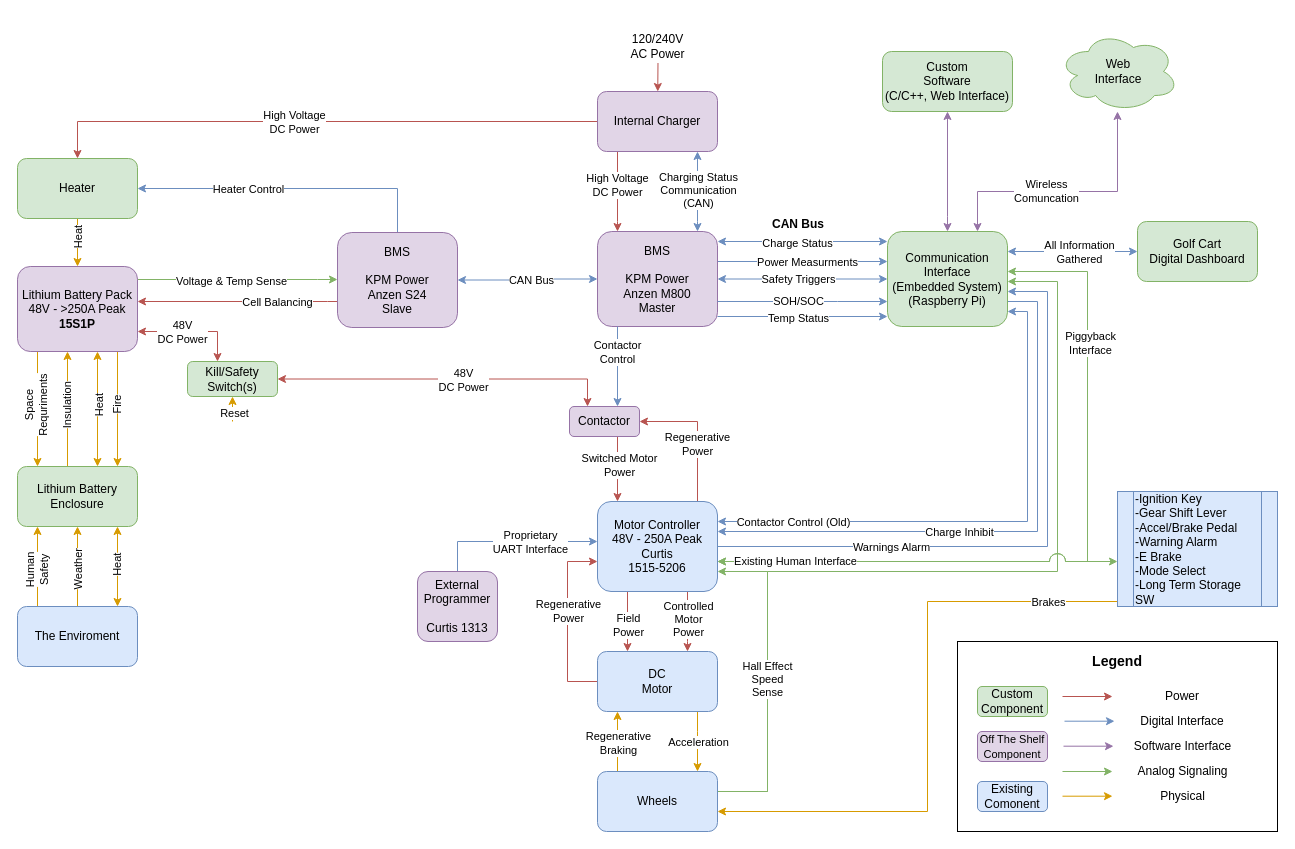
Earlier version of the draw.io diagram Diagrams/FSD v1.1.drawio (khallman97/ENG4000). Source tidied: cells renumbered, new cells numbered last; positions are measured from the earlier drawing's top-left corner, leaving out a move shared by most shapes. Both pictures are drawn from the tidied source at 100%, with x=0, y=0 at pixel (17, 31).
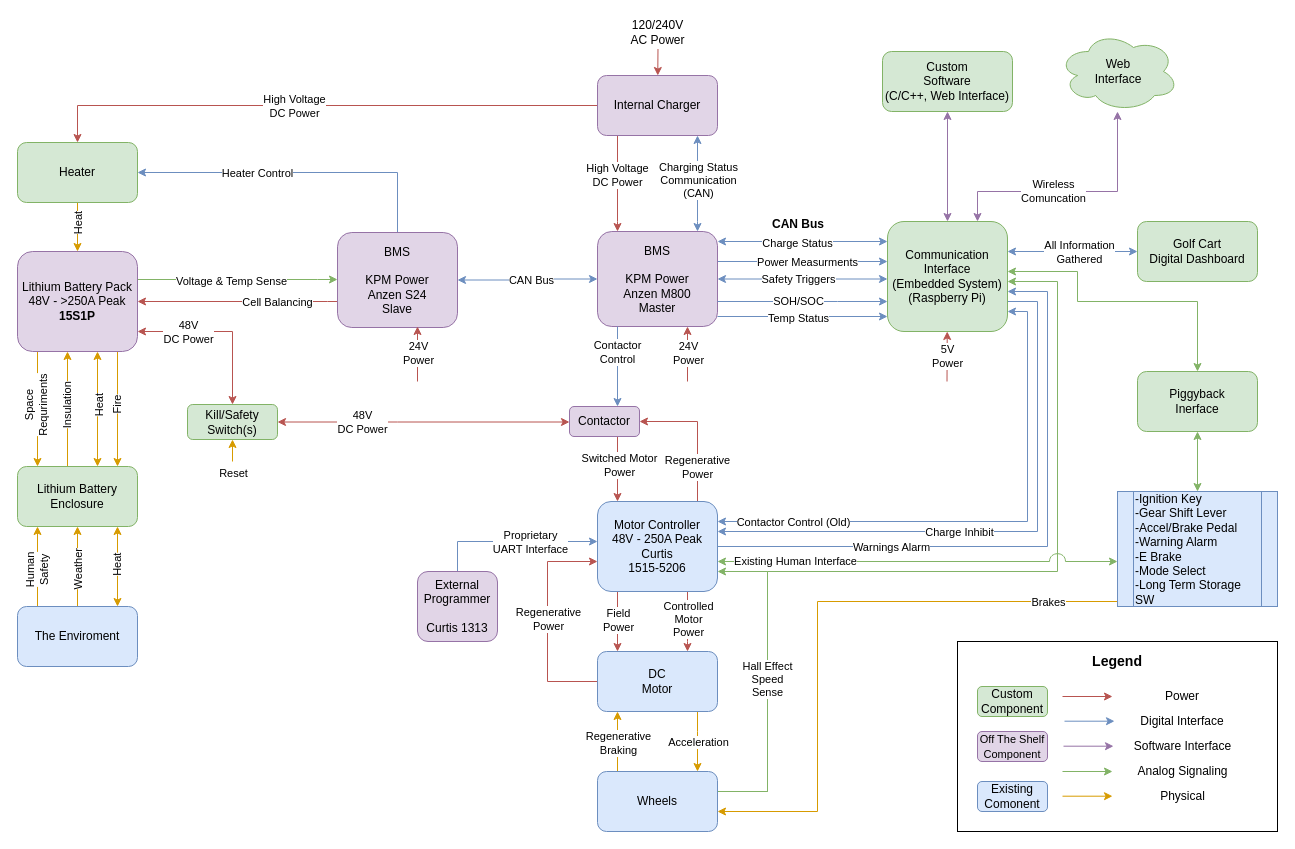
The same diagram, later.

Unchanged cells that the change refers to:
```xml
<mxCell id="26" value="&lt;div&gt;BMS&lt;/div&gt;&lt;div&gt;&lt;br&gt;&lt;/div&gt;&lt;div&gt;KPM Power&lt;br&gt;&lt;/div&gt;&lt;div&gt;Anzen M800&lt;/div&gt;&lt;div&gt;Master&lt;br&gt;&lt;/div&gt;" style="rounded=1;whiteSpace=wrap;html=1;fillColor=#e1d5e7;strokeColor=#9673a6;" parent="1" vertex="1">
  <mxGeometry x="580" y="200" width="120" height="95" as="geometry" />
</mxCell>
<mxCell id="53" style="edgeStyle=orthogonalEdgeStyle;rounded=0;sketch=0;jettySize=auto;html=1;startArrow=none;startFill=0;endArrow=classic;endFill=1;fillColor=#f8cecc;strokeColor=#b85450;entryX=1;entryY=0.5;entryDx=0;entryDy=0;" parent="1" edge="1" source="61" target="107">
  <mxGeometry relative="1" as="geometry">
    <Array as="points">
      <mxPoint x="680" y="390" />
    </Array>
  </mxGeometry>
</mxCell>
<mxCell id="61" value="&lt;div&gt;Motor Controller&lt;/div&gt;&lt;div&gt;48V - 250A Peak&lt;br&gt;&lt;/div&gt;&lt;div&gt;Curtis&lt;/div&gt;&lt;div&gt;1515-5206&lt;br&gt;&lt;/div&gt;" style="rounded=1;whiteSpace=wrap;html=1;fillColor=#dae8fc;strokeColor=#6c8ebf;" parent="1" vertex="1">
  <mxGeometry x="580" y="470" width="120" height="90" as="geometry" />
</mxCell>
<mxCell id="68" value="&lt;div&gt;DC&lt;br&gt;&lt;/div&gt;&lt;div&gt;Motor&lt;/div&gt;" style="rounded=1;whiteSpace=wrap;html=1;fillColor=#dae8fc;strokeColor=#6c8ebf;" parent="1" vertex="1">
  <mxGeometry x="580" y="620" width="120" height="60" as="geometry" />
</mxCell>
<mxCell id="78" style="edgeStyle=orthogonalEdgeStyle;rounded=0;jettySize=auto;html=1;fillColor=#ffe6cc;strokeColor=#d79b00;" parent="1" edge="1" source="80" target="15">
  <mxGeometry relative="1" as="geometry" />
</mxCell>
<mxCell id="101" value="&lt;div&gt;-Ignition Key&lt;br&gt;&lt;/div&gt;&lt;div&gt;-Gear Shift Lever&lt;/div&gt;&lt;div&gt;-Accel/Brake Pedal&lt;br&gt;&lt;/div&gt;&lt;div&gt;-Warning Alarm&lt;/div&gt;&lt;div&gt;-E Brake&lt;br&gt;&lt;/div&gt;&lt;div&gt;-Mode Select&lt;/div&gt;&lt;div&gt;-Long Term Storage SW&lt;br&gt;&lt;/div&gt;" style="shape=process;whiteSpace=wrap;html=1;backgroundOutline=1;align=left;fillColor=#dae8fc;strokeColor=#6c8ebf;gradientDirection=north;" parent="1" vertex="1">
  <mxGeometry x="1100" y="460" width="160" height="115" as="geometry" />
</mxCell>
<mxCell id="104" value="&lt;div align=&quot;center&quot;&gt;Wheels&lt;/div&gt;" style="rounded=1;whiteSpace=wrap;html=1;glass=0;sketch=0;strokeColor=#6c8ebf;align=center;fillColor=#dae8fc;" parent="1" vertex="1">
  <mxGeometry x="580" y="740" width="120" height="60" as="geometry" />
</mxCell>
<mxCell id="107" value="Contactor" style="rounded=1;whiteSpace=wrap;html=1;align=center;fillColor=#e1d5e7;strokeColor=#9673a6;" parent="1" vertex="1">
  <mxGeometry x="552" y="375" width="70" height="30" as="geometry" />
</mxCell>
<mxCell id="118" value="&lt;div&gt;BMS&lt;/div&gt;&lt;div&gt;&lt;br&gt;&lt;/div&gt;&lt;div&gt;KPM Power&lt;br&gt;&lt;/div&gt;&lt;div&gt;Anzen S24&lt;/div&gt;&lt;div&gt;Slave&lt;br&gt;&lt;/div&gt;" style="rounded=1;whiteSpace=wrap;html=1;fillColor=#e1d5e7;strokeColor=#9673a6;" parent="1" vertex="1">
  <mxGeometry x="320" y="201" width="120" height="95" as="geometry" />
</mxCell>
```

Diff of the diagram source:
```diff
@@
     <mxCell id="3" style="edgeStyle=orthogonalEdgeStyle;rounded=0;jettySize=auto;html=1;startArrow=classic;startFill=1;fillColor=#f8cecc;strokeColor=#b85450;" parent="1" edge="1" source="15" target="77">
       <mxGeometry relative="1" as="geometry">
         <Array as="points">
-          <mxPoint x="200" y="300" />
+          <mxPoint x="215" y="300" />
         </Array>
       </mxGeometry>
     </mxCell>
     <mxCell id="4" value="&lt;div&gt;48V&lt;/div&gt;&lt;div&gt;DC Power&lt;/div&gt;" style="edgeLabel;html=1;align=center;verticalAlign=middle;" parent="3" vertex="1">
       <mxGeometry x="-0.1" relative="1" as="geometry">
-        <mxPoint x="-5.6" as="offset" />
+        <mxPoint x="-26" as="offset" />
       </mxGeometry>
     </mxCell>
@@
     <mxCell id="15" value="&lt;div&gt;Lithium Battery Pack&lt;/div&gt;&lt;div&gt;48V - &amp;gt;250A Peak&lt;/div&gt;&lt;div&gt;&lt;b&gt;15S1P&lt;/b&gt;&lt;br&gt;&lt;/div&gt;" style="rounded=1;whiteSpace=wrap;html=1;fillColor=#e1d5e7;strokeColor=#9673a6;" parent="1" vertex="1">
-      <mxGeometry y="235" width="120" height="85" as="geometry" />
+      <mxGeometry y="220" width="120" height="100" as="geometry" />
     </mxCell>
@@
     <mxCell id="24" style="edgeStyle=orthogonalEdgeStyle;rounded=0;jumpStyle=arc;jettySize=auto;html=1;startArrow=none;startFill=0;endArrow=classic;endFill=1;fillColor=#dae8fc;strokeColor=#6c8ebf;" parent="1" edge="1" source="118" target="80">
       <mxGeometry relative="1" as="geometry">
         <Array as="points">
-          <mxPoint x="380" y="157" />
+          <mxPoint x="380" y="141" />
         </Array>
       </mxGeometry>
     </mxCell>
@@
     <mxCell id="34" style="edgeStyle=orthogonalEdgeStyle;rounded=0;jettySize=auto;html=1;entryX=0.5;entryY=0;entryDx=0;entryDy=0;fillColor=#f8cecc;strokeColor=#b85450;" parent="1" edge="1" source="36" target="80">
       <mxGeometry relative="1" as="geometry">
         <Array as="points">
-          <mxPoint x="60" y="90" />
+          <mxPoint x="60" y="74" />
         </Array>
       </mxGeometry>
     </mxCell>
@@
     <mxCell id="36" value="&lt;div&gt;Internal Charger&lt;/div&gt;" style="rounded=1;whiteSpace=wrap;html=1;fillColor=#e1d5e7;strokeColor=#9673a6;glass=0;sketch=0;" parent="1" vertex="1">
-      <mxGeometry x="580" y="60" width="120" height="60" as="geometry" />
+      <mxGeometry x="580" y="44" width="120" height="60" as="geometry" />
     </mxCell>
@@
-    <mxCell id="46" style="edgeStyle=orthogonalEdgeStyle;rounded=0;jumpStyle=arc;jettySize=auto;html=1;startArrow=classic;startFill=1;endArrow=classic;endFill=1;fillColor=#d5e8d4;strokeColor=#82b366;jumpSize=16;" parent="1" edge="1" source="50" target="61">
-      <mxGeometry relative="1" as="geometry">
-        <Array as="points">
-          <mxPoint x="1070" y="240" />
-          <mxPoint x="1070" y="530" />
-        </Array>
-      </mxGeometry>
-    </mxCell>
-    <mxCell id="47" value="&lt;div&gt;Piggyback&lt;/div&gt;&lt;div&gt;Interface&lt;br&gt;&lt;/div&gt;" style="edgeLabel;html=1;align=center;verticalAlign=middle;" parent="46" vertex="1">
-      <mxGeometry x="-0.14" y="1" relative="1" as="geometry">
-        <mxPoint x="1.7" y="-166.7" as="offset" />
-      </mxGeometry>
-    </mxCell>
@@
     <mxCell id="50" value="&lt;div&gt;Communication Interface&lt;/div&gt;&lt;div&gt;(Embedded System)&lt;/div&gt;&lt;div&gt;(Raspberry Pi) &lt;br&gt;&lt;/div&gt;" style="rounded=1;whiteSpace=wrap;html=1;fillColor=#d5e8d4;strokeColor=#82b366;" parent="1" vertex="1">
-      <mxGeometry x="870" y="200" width="120" height="95" as="geometry" />
+      <mxGeometry x="870" y="190" width="120" height="110" as="geometry" />
     </mxCell>
@@
     <mxCell id="54" value="&lt;div&gt;Regenerative&lt;/div&gt;&lt;div&gt;Power&lt;br&gt;&lt;/div&gt;" style="edgeLabel;html=1;align=center;verticalAlign=middle;" parent="53" vertex="1">
       <mxGeometry x="-0.08" y="3" relative="1" as="geometry">
-        <mxPoint x="2" y="5.3" as="offset" />
+        <mxPoint x="2" y="28.3" as="offset" />
       </mxGeometry>
     </mxCell>
     <mxCell id="55" style="edgeStyle=orthogonalEdgeStyle;rounded=0;jumpStyle=arc;jettySize=auto;html=1;startArrow=none;startFill=0;endArrow=classic;endFill=1;fillColor=#f8cecc;strokeColor=#b85450;" parent="1" edge="1" source="61" target="68">
       <mxGeometry relative="1" as="geometry">
         <Array as="points">
-          <mxPoint x="610" y="600" />
-          <mxPoint x="610" y="600" />
+          <mxPoint x="600" y="570" />
+          <mxPoint x="600" y="570" />
         </Array>
       </mxGeometry>
     </mxCell>
     <mxCell id="56" value="&lt;div&gt;Field&lt;/div&gt;&lt;div&gt;Power&lt;/div&gt;" style="edgeLabel;html=1;align=center;verticalAlign=middle;" parent="55" vertex="1">
       <mxGeometry x="-0.36" relative="1" as="geometry">
-        <mxPoint y="14.3" as="offset" />
+        <mxPoint y="9.3" as="offset" />
       </mxGeometry>
     </mxCell>
@@
     <mxCell id="66" style="edgeStyle=orthogonalEdgeStyle;rounded=0;sketch=0;jettySize=auto;html=1;startArrow=none;startFill=0;endArrow=classic;endFill=1;fillColor=#f8cecc;strokeColor=#b85450;" parent="1" edge="1" source="68" target="61">
       <mxGeometry relative="1" as="geometry">
         <Array as="points">
-          <mxPoint x="550" y="650" />
-          <mxPoint x="550" y="530" />
+          <mxPoint x="530" y="650" />
+          <mxPoint x="530" y="530" />
         </Array>
       </mxGeometry>
     </mxCell>
     <mxCell id="67" value="&lt;div&gt;Regenerative&lt;/div&gt;&lt;div&gt;Power&lt;br&gt;&lt;/div&gt;" style="edgeLabel;html=1;align=center;verticalAlign=middle;" parent="66" vertex="1">
       <mxGeometry x="0.31" relative="1" as="geometry">
-        <mxPoint y="17.6" as="offset" />
+        <mxPoint y="31.6" as="offset" />
       </mxGeometry>
     </mxCell>
@@
     <mxCell id="77" value="&lt;div&gt;Kill/Safety &lt;br&gt;&lt;/div&gt;&lt;div&gt;Switch(s)&lt;/div&gt;" style="rounded=1;whiteSpace=wrap;html=1;fillColor=#d5e8d4;align=center;strokeColor=#82b366;" parent="1" vertex="1">
-      <mxGeometry x="170" y="330" width="90" height="35" as="geometry" />
+      <mxGeometry x="170" y="373" width="90" height="35" as="geometry" />
     </mxCell>
@@
     <mxCell id="79" value="Heat" style="edgeLabel;html=1;align=center;verticalAlign=middle;rotation=270;" parent="78" vertex="1">
       <mxGeometry x="-0.24" relative="1" as="geometry">
-        <mxPoint y="2" as="offset" />
+        <mxPoint y="3" as="offset" />
       </mxGeometry>
     </mxCell>
     <mxCell id="80" value="&lt;div&gt;Heater&lt;br&gt;&lt;/div&gt;" style="rounded=1;whiteSpace=wrap;html=1;fillColor=#d5e8d4;strokeColor=#82b366;" parent="1" vertex="1">
-      <mxGeometry y="127" width="120" height="60" as="geometry" />
+      <mxGeometry y="111" width="120" height="60" as="geometry" />
     </mxCell>
@@
     <mxCell id="82" value="120/240V&lt;br&gt;&lt;div&gt;AC Power&lt;/div&gt;" style="text;html=1;align=center;verticalAlign=middle;points=[];" parent="1" vertex="1">
-      <mxGeometry x="605" width="70" height="30" as="geometry" />
+      <mxGeometry x="605" y="-14" width="70" height="30" as="geometry" />
     </mxCell>
@@
     <mxCell id="99" style="edgeStyle=orthogonalEdgeStyle;rounded=0;jettySize=auto;html=1;startArrow=none;startFill=0;fillColor=#ffe6cc;strokeColor=#d79b00;" parent="1" edge="1" source="101" target="104">
       <mxGeometry relative="1" as="geometry">
         <Array as="points">
-          <mxPoint x="910" y="570" />
-          <mxPoint x="910" y="780" />
+          <mxPoint x="800" y="570" />
+          <mxPoint x="800" y="780" />
         </Array>
       </mxGeometry>
     </mxCell>
@@
     <mxCell id="112" style="endArrow=classic;html=1;entryX=0.5;entryY=1;entryDx=0;entryDy=0;fillColor=#ffe6cc;strokeColor=#d79b00;" parent="1" edge="1" target="77">
       <mxGeometry relative="1" as="geometry">
-        <mxPoint x="215" y="390" as="sourcePoint" />
+        <mxPoint x="215" y="430" as="sourcePoint" />
       </mxGeometry>
     </mxCell>
     <mxCell id="113" value="Reset" style="edgeLabel;html=1;align=center;verticalAlign=middle;" parent="112" vertex="1">
-      <mxGeometry x="-0.29" y="-1" relative="1" as="geometry" />
+      <mxGeometry x="-0.29" y="-1" relative="1" as="geometry">
+        <mxPoint x="-1" y="19" as="offset" />
+      </mxGeometry>
     </mxCell>
@@
     <mxCell id="119" style="edgeStyle=orthogonalEdgeStyle;rounded=0;jettySize=auto;html=1;startArrow=classic;startFill=1;endArrow=classic;endFill=1;fillColor=#f8cecc;strokeColor=#b85450;" parent="1" edge="1" source="77" target="107">
       <mxGeometry relative="1" as="geometry">
         <Array as="points">
-          <mxPoint x="570" y="347" />
+          <mxPoint x="380" y="390" />
+          <mxPoint x="380" y="390" />
         </Array>
       </mxGeometry>
     </mxCell>
     <mxCell id="120" value="&lt;div&gt;48V&lt;/div&gt;&lt;div&gt;DC Power&lt;/div&gt;" style="edgeLabel;html=1;align=center;verticalAlign=middle;" parent="119" vertex="1">
       <mxGeometry x="0.03" y="-1" relative="1" as="geometry">
-        <mxPoint x="11.4" as="offset" />
+        <mxPoint x="-66" y="-1" as="offset" />
       </mxGeometry>
     </mxCell>
@@
+    <mxCell id="123" style="endArrow=classic;html=1;entryX=0.75;entryY=1;entryDx=0;entryDy=0;fillColor=#f8cecc;strokeColor=#b85450;" parent="1" edge="1" target="26">
+      <mxGeometry relative="1" as="geometry">
+        <mxPoint x="670" y="350" as="sourcePoint" />
+      </mxGeometry>
+    </mxCell>
+    <mxCell id="124" value="&lt;div&gt;24V&lt;/div&gt;&lt;div&gt;Power&lt;br&gt;&lt;/div&gt;" style="edgeLabel;html=1;align=center;verticalAlign=middle;" parent="123" vertex="1">
+      <mxGeometry x="0.05" y="-2" relative="1" as="geometry">
+        <mxPoint x="-2" as="offset" />
+      </mxGeometry>
+    </mxCell>
+    <mxCell id="125" style="endArrow=classic;html=1;fillColor=#f8cecc;strokeColor=#b85450;" parent="1" edge="1" target="50">
+      <mxGeometry relative="1" as="geometry">
+        <mxPoint x="929.5" y="350" as="sourcePoint" />
+      </mxGeometry>
+    </mxCell>
+    <mxCell id="126" value="&lt;div&gt;5V&lt;/div&gt;&lt;div&gt;Power&lt;br&gt;&lt;/div&gt;" style="edgeLabel;html=1;align=center;verticalAlign=middle;" parent="125" vertex="1">
+      <mxGeometry x="0.05" y="-2" relative="1" as="geometry">
+        <mxPoint x="-2" as="offset" />
+      </mxGeometry>
+    </mxCell>
+    <mxCell id="127" style="endArrow=classic;html=1;entryX=0.75;entryY=1;entryDx=0;entryDy=0;fillColor=#f8cecc;strokeColor=#b85450;" parent="1" edge="1">
+      <mxGeometry relative="1" as="geometry">
+        <mxPoint x="400" y="350" as="sourcePoint" />
+        <mxPoint x="400" y="295" as="targetPoint" />
+      </mxGeometry>
+    </mxCell>
+    <mxCell id="128" value="&lt;div&gt;24V&lt;/div&gt;&lt;div&gt;Power&lt;br&gt;&lt;/div&gt;" style="edgeLabel;html=1;align=center;verticalAlign=middle;" parent="127" vertex="1">
+      <mxGeometry x="0.05" y="-2" relative="1" as="geometry">
+        <mxPoint x="-2" as="offset" />
+      </mxGeometry>
+    </mxCell>
+    <mxCell id="129" style="edgeStyle=orthogonalEdgeStyle;rounded=0;jumpSize=16;jettySize=auto;html=1;startArrow=classic;startFill=1;fillColor=#d5e8d4;strokeColor=#82b366;" parent="1" edge="1" source="131" target="101">
+      <mxGeometry relative="1" as="geometry" />
+    </mxCell>
+    <mxCell id="130" style="edgeStyle=orthogonalEdgeStyle;rounded=0;jumpSize=16;jettySize=auto;html=1;startArrow=classic;startFill=1;fillColor=#d5e8d4;strokeColor=#82b366;" parent="1" edge="1" source="131" target="50">
+      <mxGeometry relative="1" as="geometry">
+        <Array as="points">
+          <mxPoint x="1180" y="270" />
+          <mxPoint x="1060" y="270" />
+          <mxPoint x="1060" y="240" />
+        </Array>
+      </mxGeometry>
+    </mxCell>
+    <mxCell id="131" value="&lt;div&gt;Piggyback&lt;/div&gt;&lt;div&gt;Inerface&lt;br&gt;&lt;/div&gt;" style="rounded=1;whiteSpace=wrap;html=1;fillColor=#d5e8d4;strokeColor=#82b366;" parent="1" vertex="1">
+      <mxGeometry x="1120" y="340" width="120" height="60" as="geometry" />
+    </mxCell>
```
